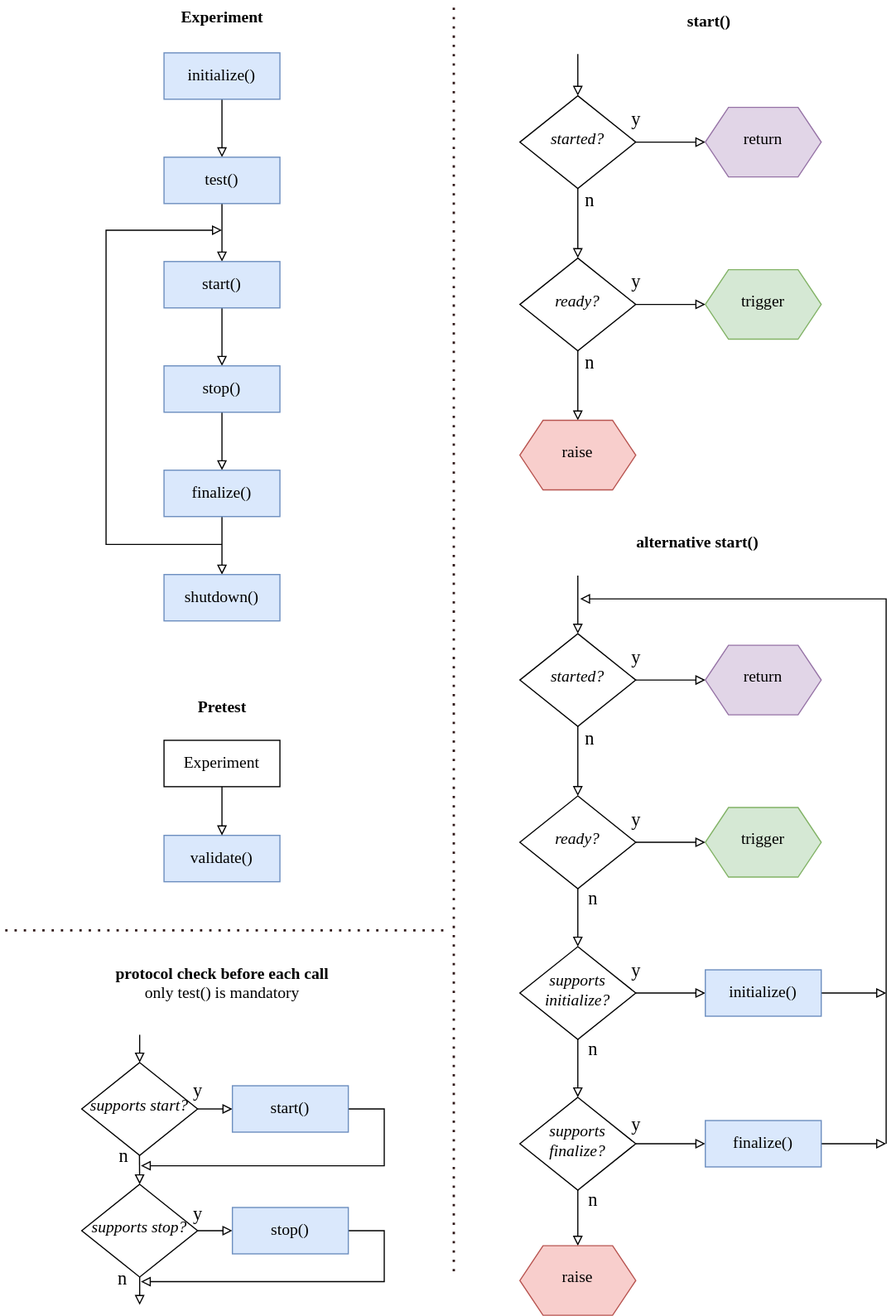
This is services.drawio.svg from AllenInstitute/np_workflows, a draw.io export, as it was before one commit. Source tidied: cells renumbered, new cells last; positions are measured from the earlier drawing's top-left corner, leaving out a move shared by most shapes.
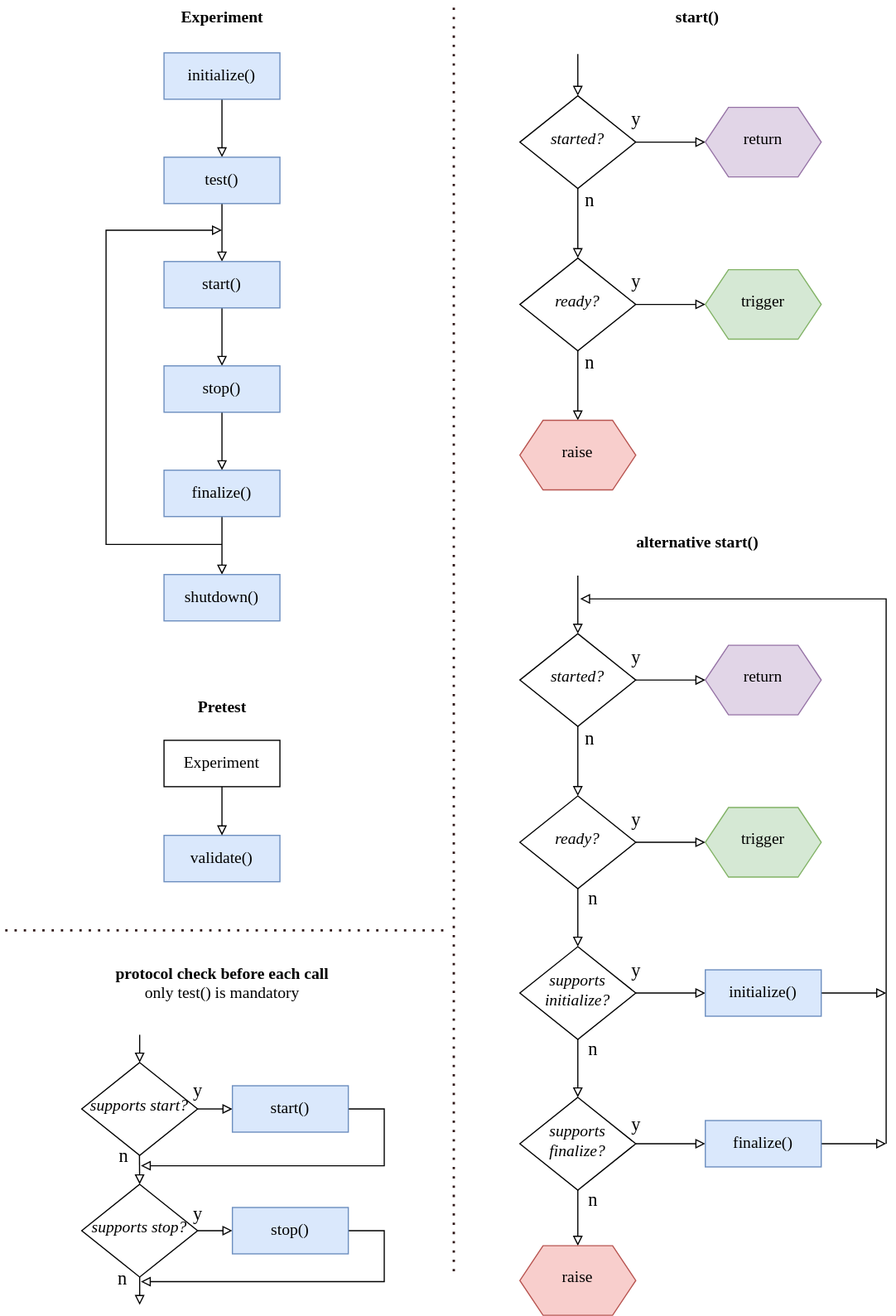
The same file after the commit.

Diff of the diagram source:
```diff
@@ -1,4 +1,4 @@
-<mxGraphModel>
+<mxGraphModel background="#FFFFFF">
   <root>
     <mxCell id="0" />
     <mxCell id="1" parent="0" />
@@ -240,7 +240,7 @@
       </mxGeometry>
     </mxCell>
     <mxCell id="62" value="start()" style="text;html=1;align=center;verticalAlign=middle;strokeColor=none;fillColor=none;fontSize=14;fontFamily=Verdana;hachureGap=4;fontStyle=1;" parent="1" vertex="1">
-      <mxGeometry x="570" y="4" width="80" height="30" as="geometry" />
+      <mxGeometry x="560" width="80" height="30" as="geometry" />
     </mxCell>
     <mxCell id="63" value="protocol check before each call&lt;br&gt;&lt;span style=&quot;font-weight: 400;&quot;&gt;only test() is mandatory&lt;/span&gt;" style="text;html=1;align=center;verticalAlign=middle;strokeColor=none;fillColor=none;fontSize=14;fontFamily=Verdana;hachureGap=4;fontStyle=1;" parent="1" vertex="1">
       <mxGeometry x="55" y="823" width="270" height="50" as="geometry" />
```
